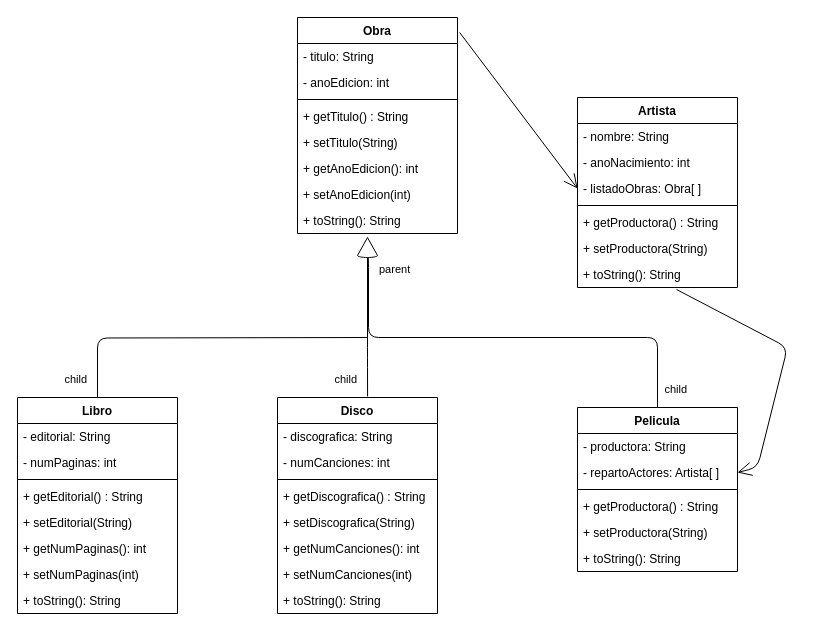
This is uml/obra.drawio from javierpb275/lenguaje-marcas, a draw.io file, before an edit. Source tidied: cells renumbered, new cells numbered last; positions are measured from the earlier drawing's top-left corner, leaving out a move shared by most shapes. Both pictures are drawn from the tidied source at 100%, with x=0, y=0 at pixel (17, 17).
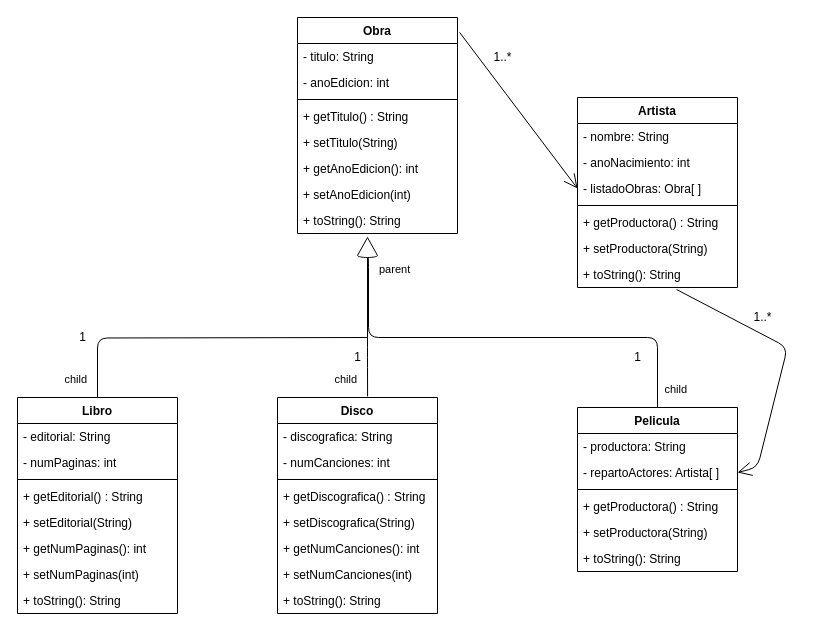
The same page after the edit.

What changed in the source:
```diff
@@
+    <mxCell id="54" value="1..*" style="text;html=1;align=center;verticalAlign=middle;" parent="1" vertex="1">
+      <mxGeometry x="470" y="30" width="30" height="20" as="geometry" />
+    </mxCell>
+    <mxCell id="55" value="1..*" style="text;html=1;align=center;verticalAlign=middle;" parent="1" vertex="1">
+      <mxGeometry x="730" y="290" width="30" height="20" as="geometry" />
+    </mxCell>
+    <mxCell id="56" value="1" style="text;html=1;align=center;verticalAlign=middle;" parent="1" vertex="1">
+      <mxGeometry x="55" y="310" width="20" height="20" as="geometry" />
+    </mxCell>
+    <mxCell id="57" value="1" style="text;html=1;align=center;verticalAlign=middle;" parent="1" vertex="1">
+      <mxGeometry x="330" y="330" width="20" height="20" as="geometry" />
+    </mxCell>
+    <mxCell id="58" value="1" style="text;html=1;align=center;verticalAlign=middle;" parent="1" vertex="1">
+      <mxGeometry x="610" y="330" width="20" height="20" as="geometry" />
+    </mxCell>
```
